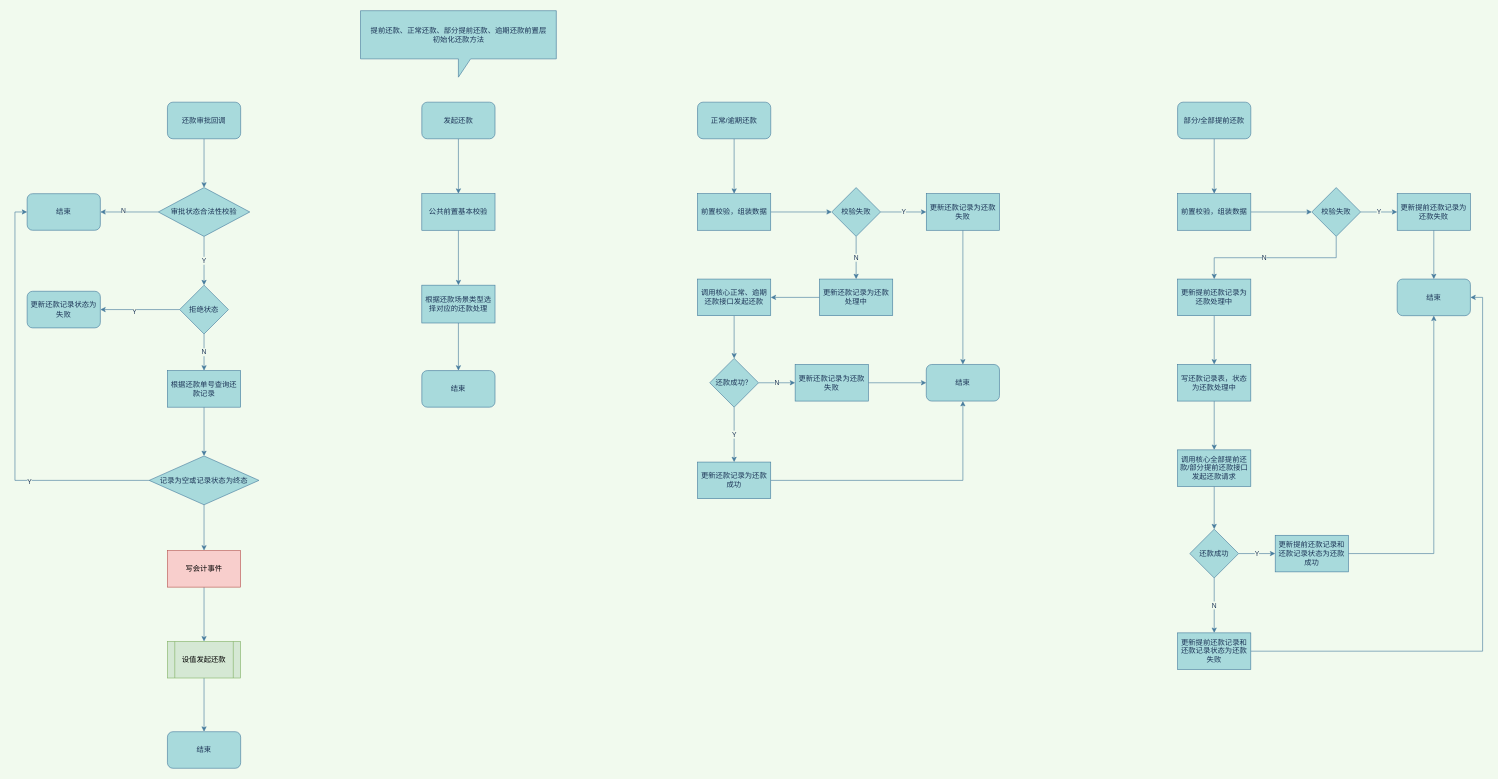
Before: Untitled Diagram.drawio in heatty/Fallingink, a draw.io diagram. Source tidied: cells renumbered, new cells numbered last; positions are measured from the earlier drawing's top-left corner, leaving out a move shared by most shapes. Both pictures are drawn from the tidied source at 61%, with x=0, y=0 at pixel (27, 10).
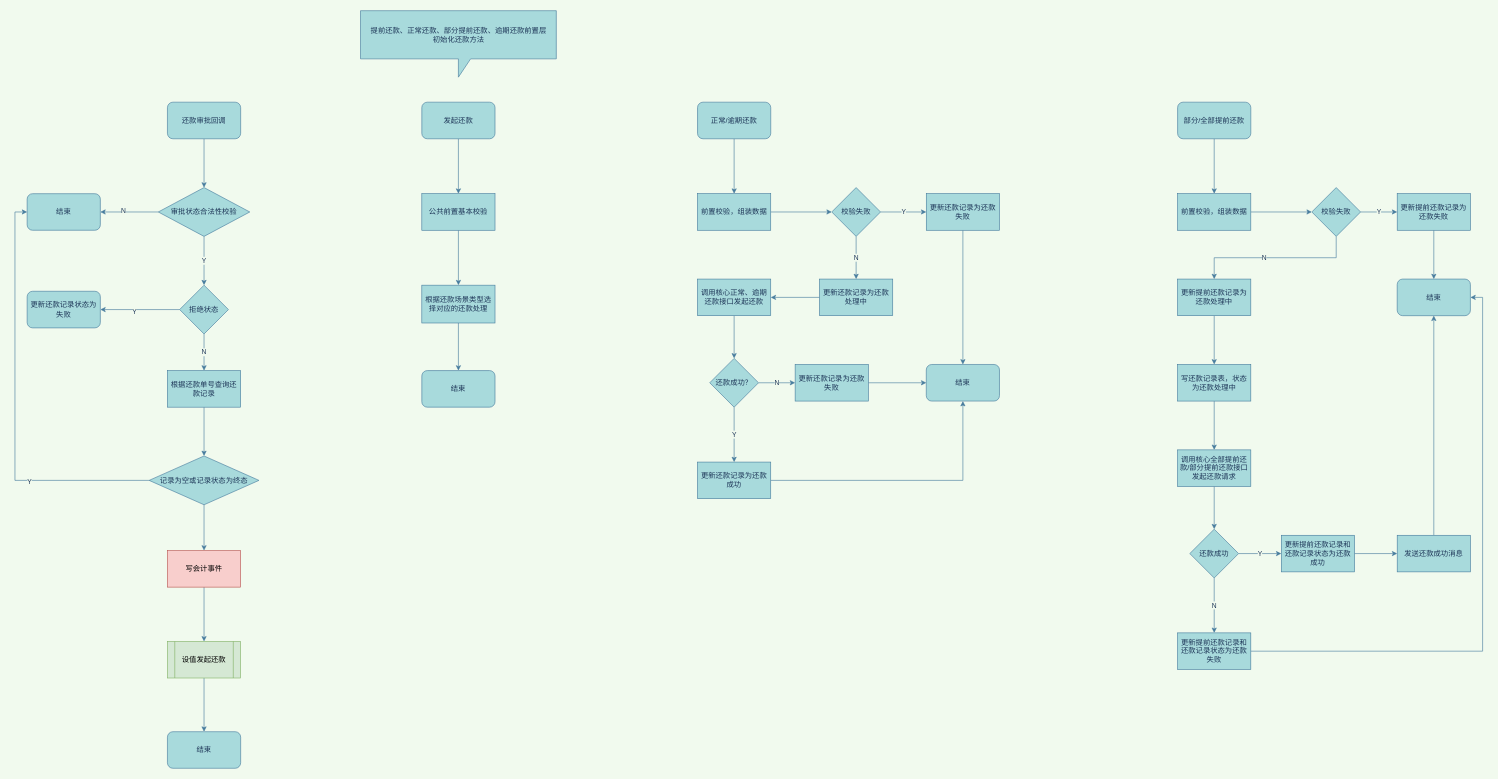
Above is the later version.

Unchanged cells that the change refers to:
```xml
<mxCell id="66" value="结束" style="rounded=1;whiteSpace=wrap;html=1;fillColor=#A8DADC;strokeColor=#457B9D;fontColor=#1D3557;" parent="1" vertex="1">
  <mxGeometry x="2246" y="440" width="120" height="60" as="geometry" />
</mxCell>
```

Diff of the diagram source:
```diff
@@
-    <mxCell id="74" style="edgeStyle=orthogonalEdgeStyle;rounded=0;jettySize=auto;html=1;exitX=1;exitY=0.5;exitDx=0;exitDy=0;labelBackgroundColor=#F1FAEE;strokeColor=#457B9D;fontColor=#1D3557;" parent="1" edge="1" source="75" target="66">
-      <mxGeometry relative="1" as="geometry" />
-    </mxCell>
+    <mxCell id="78" style="edgeStyle=orthogonalEdgeStyle;curved=0;rounded=1;sketch=0;jettySize=auto;html=1;fontColor=#1D3557;strokeColor=#457B9D;fillColor=#A8DADC;" parent="1" edge="1" source="75" target="80">
+      <mxGeometry relative="1" as="geometry" />
+    </mxCell>
     <mxCell id="75" value="更新提前还款记录和还款记录状态为还款成功" style="whiteSpace=wrap;html=1;rounded=0;fillColor=#A8DADC;strokeColor=#457B9D;fontColor=#1D3557;" parent="1" vertex="1">
-      <mxGeometry x="2046" y="860" width="120" height="60" as="geometry" />
+      <mxGeometry x="2056" y="860" width="120" height="60" as="geometry" />
     </mxCell>
@@
+    <mxCell id="79" style="edgeStyle=orthogonalEdgeStyle;curved=0;rounded=1;sketch=0;jettySize=auto;html=1;exitX=0.5;exitY=0;exitDx=0;exitDy=0;fontColor=#1D3557;strokeColor=#457B9D;fillColor=#A8DADC;" parent="1" edge="1" source="80" target="66">
+      <mxGeometry relative="1" as="geometry" />
+    </mxCell>
+    <mxCell id="80" value="发送还款成功消息" style="whiteSpace=wrap;html=1;rounded=0;fontColor=#1D3557;strokeColor=#457B9D;fillColor=#A8DADC;" parent="1" vertex="1">
+      <mxGeometry x="2246" y="860" width="120" height="60" as="geometry" />
+    </mxCell>
```
